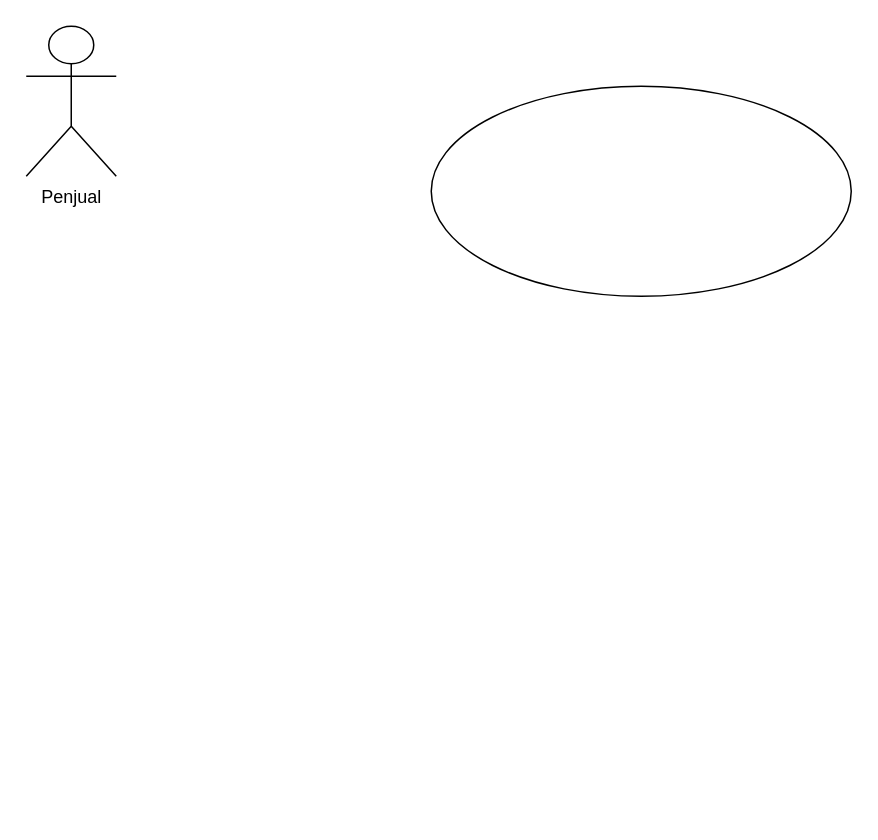
Above: Usecase Pengiriman Barang.drawio in kaniadinda/2102421_KaniaDindaFasya_C12021 (draw.io), before the change. Source tidied: cells renumbered, new cells numbered last; positions are measured from the earlier drawing's top-left corner, leaving out a move shared by most shapes. Both pictures are drawn from the tidied source at 150%, with x=0, y=0 at pixel (26, 26).
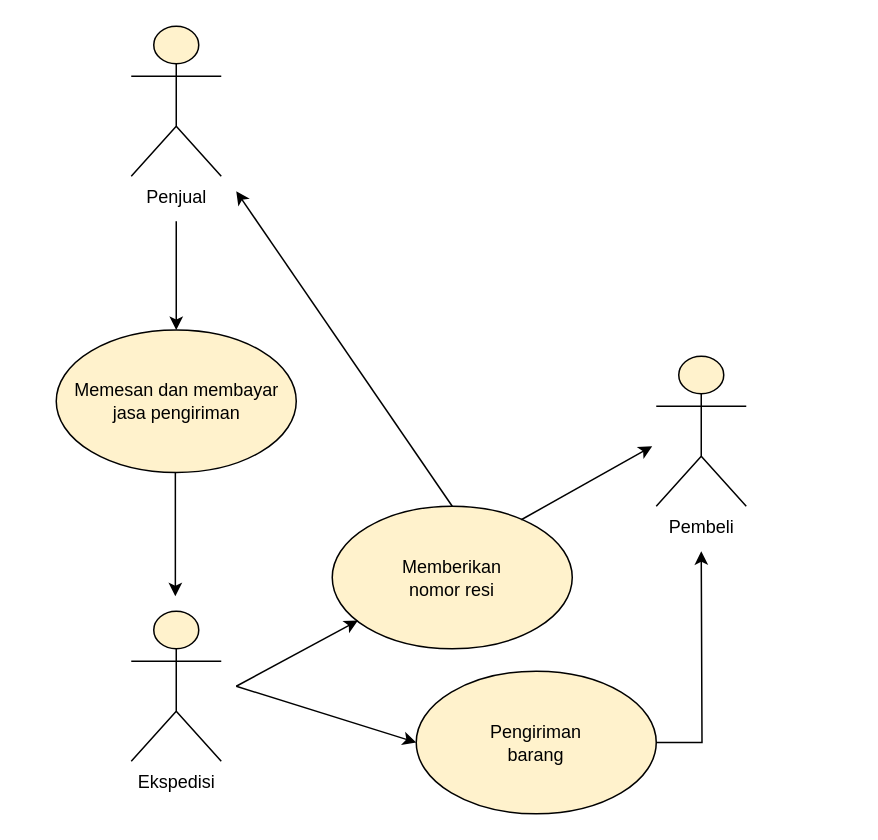
After the change.

What changed in the source:
```diff
@@
-    <mxCell id="2" value="Penjual" style="shape=umlActor;verticalLabelPosition=bottom;verticalAlign=top;html=1;" parent="1" vertex="1">
-      <mxGeometry width="60" height="100" as="geometry" />
+    <mxCell id="2" value="Penjual" style="shape=umlActor;verticalLabelPosition=bottom;verticalAlign=top;html=1;fillColor=#fff2cc;strokeColor=#000000;" parent="1" vertex="1">
+      <mxGeometry x="70" width="60" height="100" as="geometry" />
     </mxCell>
-    <mxCell id="3" value="&lt;div style=&quot;&quot;&gt;&lt;br&gt;&lt;/div&gt;" style="ellipse;whiteSpace=wrap;html=1;align=center;" parent="1" vertex="1">
-      <mxGeometry x="270" y="40" width="280" height="140" as="geometry" />
+    <mxCell id="3" value="&lt;div style=&quot;&quot;&gt;&lt;br&gt;&lt;/div&gt;" style="ellipse;whiteSpace=wrap;html=1;align=center;fillColor=#fff2cc;strokeColor=#000000;" parent="1" vertex="1">
+      <mxGeometry x="20" y="202.5" width="160" height="95" as="geometry" />
     </mxCell>
+    <mxCell id="4" value="Ekspedisi" style="shape=umlActor;verticalLabelPosition=bottom;verticalAlign=top;html=1;fillColor=#fff2cc;strokeColor=#000000;" parent="1" vertex="1">
+      <mxGeometry x="70" y="390" width="60" height="100" as="geometry" />
+    </mxCell>
+    <mxCell id="5" value="Memesan dan membayar jasa pengiriman" style="text;html=1;strokeColor=none;fillColor=none;align=center;verticalAlign=middle;whiteSpace=wrap;rounded=0;" parent="1" vertex="1">
+      <mxGeometry x="27.5" y="235" width="145" height="30" as="geometry" />
+    </mxCell>
+    <mxCell id="6" value="Pembeli" style="shape=umlActor;verticalLabelPosition=bottom;verticalAlign=top;html=1;fillColor=#fff2cc;strokeColor=#000000;" parent="1" vertex="1">
+      <mxGeometry x="420" y="220" width="60" height="100" as="geometry" />
+    </mxCell>
+    <mxCell id="7" style="endArrow=classic;html=1;rounded=0;entryX=0.5;entryY=0;entryDx=0;entryDy=0;" parent="1" edge="1" target="3">
+      <mxGeometry relative="1" as="geometry">
+        <mxPoint x="100" y="130" as="sourcePoint" />
+      </mxGeometry>
+    </mxCell>
+    <mxCell id="8" style="endArrow=classic;html=1;rounded=0;entryX=0.5;entryY=0;entryDx=0;entryDy=0;" parent="1" edge="1">
+      <mxGeometry relative="1" as="geometry">
+        <mxPoint x="99.4" y="297.5" as="sourcePoint" />
+        <mxPoint x="99.4" y="380" as="targetPoint" />
+      </mxGeometry>
+    </mxCell>
+    <mxCell id="9" value="&lt;div style=&quot;&quot;&gt;&lt;br&gt;&lt;/div&gt;" style="ellipse;whiteSpace=wrap;html=1;align=center;fillColor=#fff2cc;strokeColor=#000000;" parent="1" vertex="1">
+      <mxGeometry x="204" y="320" width="160" height="95" as="geometry" />
+    </mxCell>
+    <mxCell id="10" value="Memberikan nomor resi" style="text;html=1;strokeColor=none;fillColor=none;align=center;verticalAlign=middle;whiteSpace=wrap;rounded=0;" parent="1" vertex="1">
+      <mxGeometry x="254" y="352.5" width="60" height="30" as="geometry" />
+    </mxCell>
+    <mxCell id="11" style="endArrow=classic;html=1;rounded=0;entryX=0.107;entryY=0.802;entryDx=0;entryDy=0;entryPerimeter=0;" parent="1" edge="1" target="9">
+      <mxGeometry relative="1" as="geometry">
+        <mxPoint x="140" y="440" as="sourcePoint" />
+      </mxGeometry>
+    </mxCell>
+    <mxCell id="12" style="endArrow=classic;html=1;rounded=0;entryX=0;entryY=1;entryDx=0;entryDy=0;" parent="1" edge="1">
+      <mxGeometry relative="1" as="geometry">
+        <mxPoint x="330" y="329" as="sourcePoint" />
+        <mxPoint x="417.3" y="280" as="targetPoint" />
+      </mxGeometry>
+    </mxCell>
+    <mxCell id="13" style="endArrow=classic;html=1;rounded=0;exitX=0.5;exitY=0;exitDx=0;exitDy=0;" parent="1" edge="1" source="9">
+      <mxGeometry relative="1" as="geometry">
+        <mxPoint x="140" y="110" as="targetPoint" />
+      </mxGeometry>
+    </mxCell>
+    <mxCell id="14" style="edgeStyle=orthogonalEdgeStyle;rounded=0;jettySize=auto;html=1;exitX=1;exitY=0.5;exitDx=0;exitDy=0;" parent="1" edge="1" source="15">
+      <mxGeometry relative="1" as="geometry">
+        <mxPoint x="450" y="350" as="targetPoint" />
+      </mxGeometry>
+    </mxCell>
+    <mxCell id="15" value="&lt;div style=&quot;&quot;&gt;&lt;br&gt;&lt;/div&gt;" style="ellipse;whiteSpace=wrap;html=1;align=center;fillColor=#fff2cc;strokeColor=#000000;" parent="1" vertex="1">
+      <mxGeometry x="260" y="430" width="160" height="95" as="geometry" />
+    </mxCell>
+    <mxCell id="16" value="Pengiriman barang" style="text;html=1;strokeColor=none;fillColor=none;align=center;verticalAlign=middle;whiteSpace=wrap;rounded=0;" parent="1" vertex="1">
+      <mxGeometry x="310" y="462.5" width="60" height="30" as="geometry" />
+    </mxCell>
+    <mxCell id="17" style="endArrow=classic;html=1;rounded=0;entryX=0;entryY=0.5;entryDx=0;entryDy=0;" parent="1" edge="1" target="15">
+      <mxGeometry relative="1" as="geometry">
+        <mxPoint x="140" y="440" as="sourcePoint" />
+      </mxGeometry>
+    </mxCell>
```
